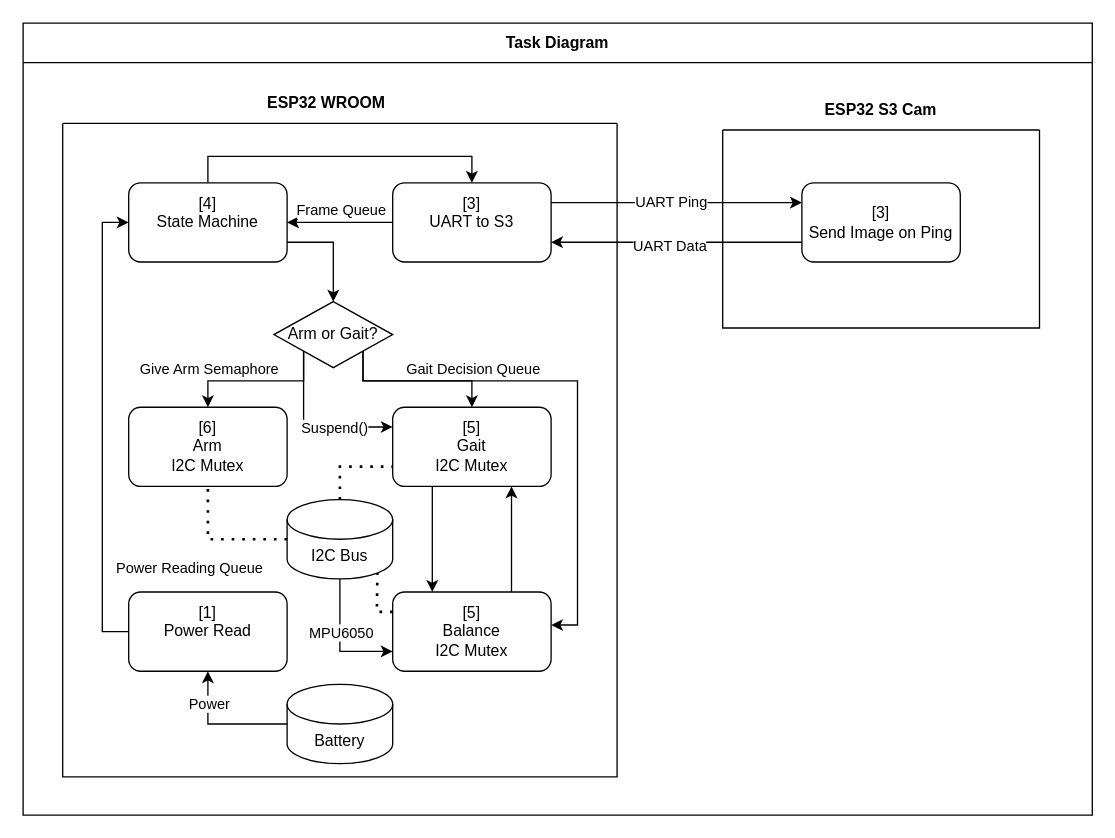
vy038/Project_Talos keeps this draw.io diagram as Task Diagram.drawio. Above is the earlier version. Source tidied: cells renumbered, new cells numbered last; positions are measured from the earlier drawing's top-left corner, leaving out a move shared by most shapes. Both pictures are drawn from the tidied source at 132%, with x=0, y=0 at pixel (22, 22).
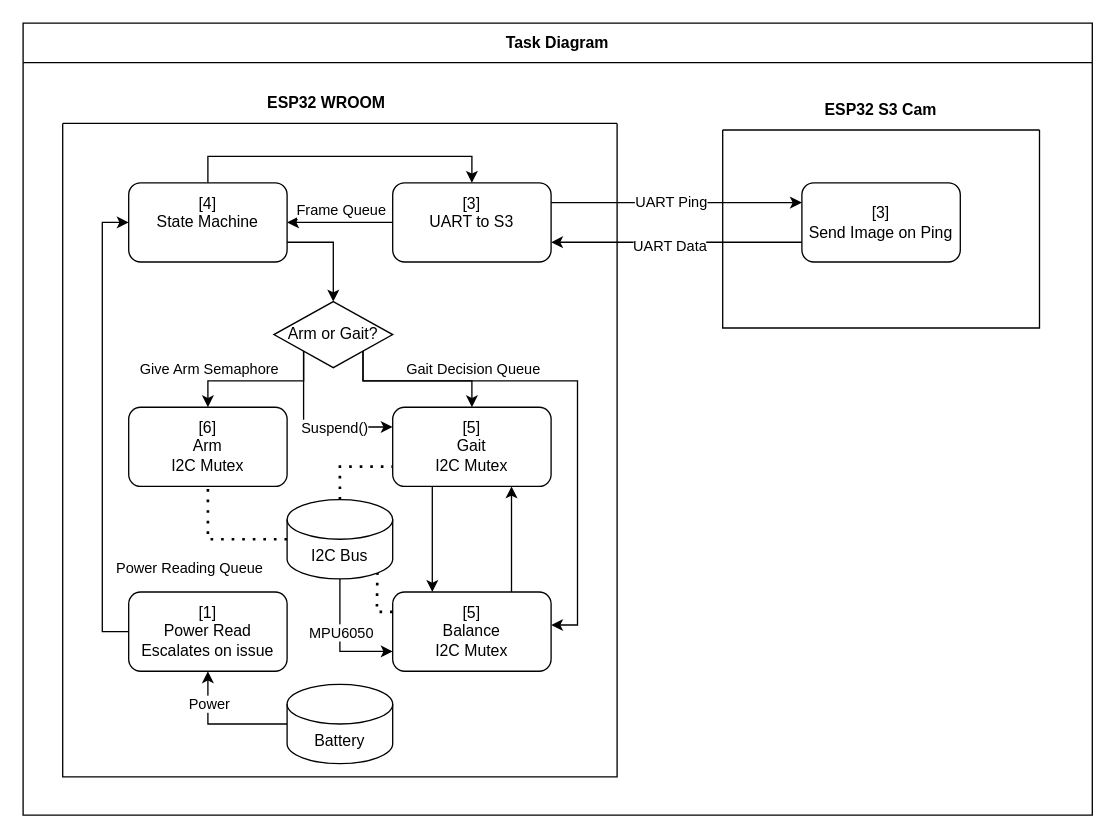
Above is the later version.

Commit message (it also covers changes not shown here):
fix: readme and task diagrams

Unchanged cells that the change refers to:
```xml
<mxCell id="5" style="swimlane;startSize=0;" parent="2" vertex="1">
  <mxGeometry x="30" y="76" width="420" height="495" as="geometry" />
</mxCell>
```

What changed in the source:
```diff
@@
-    <mxCell id="21" value="&lt;div&gt;[1]&lt;/div&gt;&lt;div&gt;Power Read&lt;/div&gt;&lt;div&gt;&lt;br&gt;&lt;/div&gt;" style="rounded=1;whiteSpace=wrap;html=1;" parent="5" vertex="1">
+    <mxCell id="21" value="&lt;div&gt;[1]&lt;/div&gt;&lt;div&gt;Power Read&lt;/div&gt;&lt;div&gt;Escalates on issue&lt;/div&gt;" style="rounded=1;whiteSpace=wrap;html=1;" parent="5" vertex="1">
       <mxGeometry x="50" y="355" width="120" height="60" as="geometry" />
     </mxCell>
```
